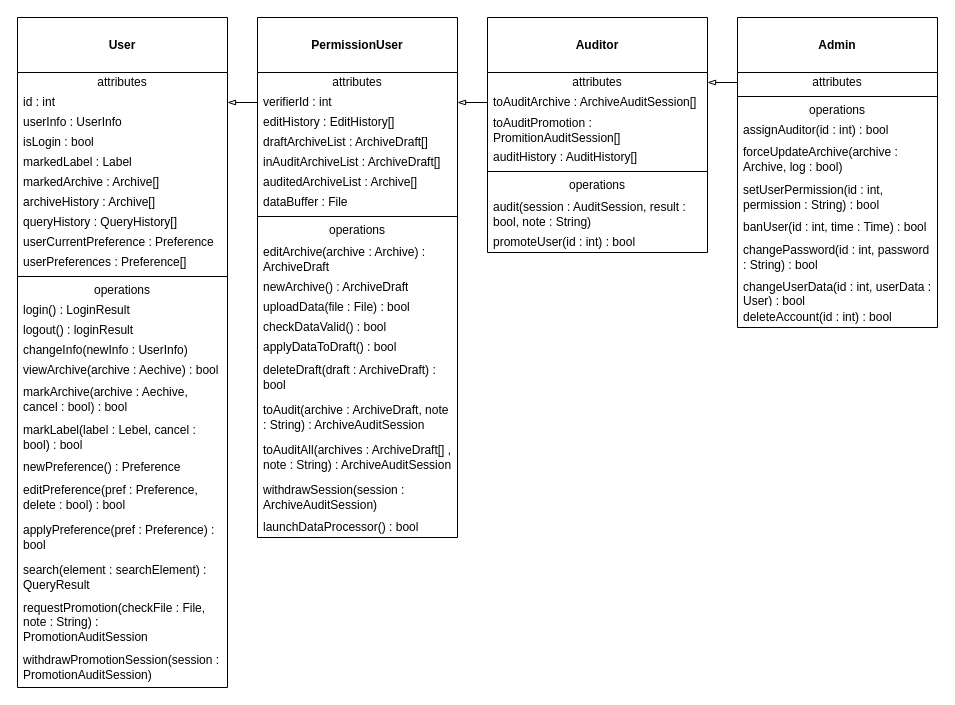
This is UML类图.drawio from icemeowzhi/uml, a draw.io file, before an edit. Source tidied: cells renumbered, new cells numbered last; positions are measured from the earlier drawing's top-left corner, leaving out a move shared by most shapes. Both pictures are drawn from the tidied source at 100%, with x=0, y=0 at pixel (17, 17).
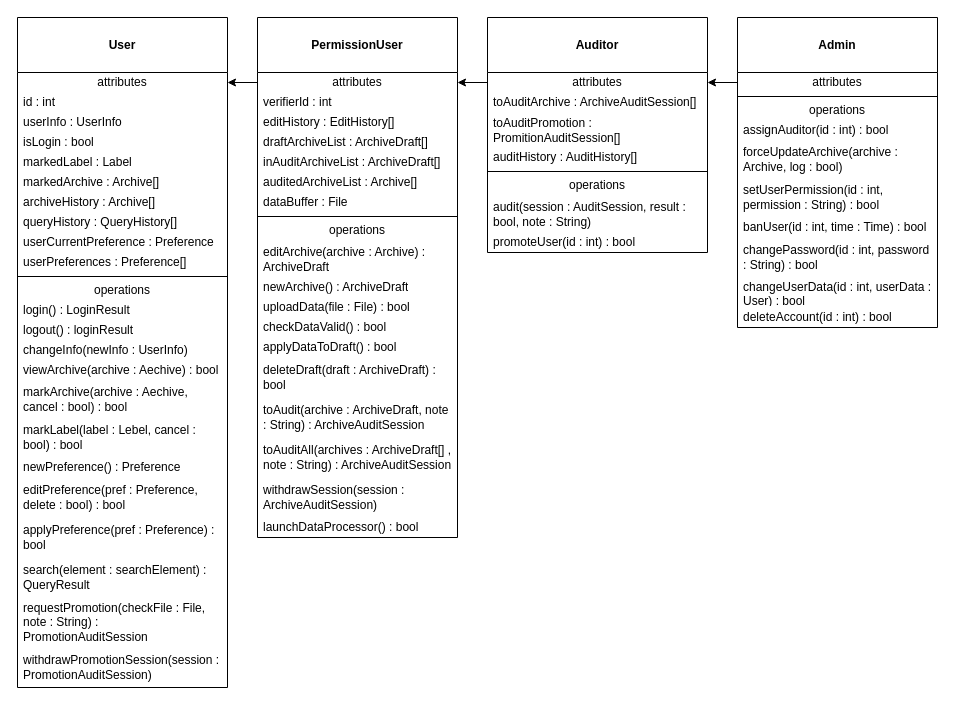
The same diagram, later.

Unchanged cells that the change refers to:
```xml
<mxCell id="3" value="attributes" style="text;html=1;strokeColor=none;fillColor=none;align=center;verticalAlign=middle;spacingLeft=4;spacingRight=4;overflow=hidden;points=[[0,0.5],[1,0.5]];portConstraint=eastwest;whiteSpace=wrap;" parent="2" vertex="1">
  <mxGeometry y="55" width="210" height="20" as="geometry" />
</mxCell>
<mxCell id="4" value="id : int" style="text;html=1;strokeColor=none;fillColor=none;align=left;verticalAlign=middle;spacingLeft=4;spacingRight=4;overflow=hidden;points=[[0,0.5],[1,0.5]];portConstraint=eastwest;whiteSpace=wrap;" parent="2" vertex="1">
  <mxGeometry y="75" width="210" height="20" as="geometry" />
</mxCell>
<mxCell id="28" value="attributes" style="text;html=1;strokeColor=none;fillColor=none;align=center;verticalAlign=middle;spacingLeft=4;spacingRight=4;overflow=hidden;points=[[0,0.5],[1,0.5]];portConstraint=eastwest;whiteSpace=wrap;" parent="27" vertex="1">
  <mxGeometry y="55" width="200" height="20" as="geometry" />
</mxCell>
<mxCell id="29" value="verifierId : int" style="text;html=1;strokeColor=none;fillColor=none;align=left;verticalAlign=middle;spacingLeft=4;spacingRight=4;overflow=hidden;points=[[0,0.5],[1,0.5]];portConstraint=eastwest;whiteSpace=wrap;" parent="27" vertex="1">
  <mxGeometry y="75" width="200" height="20" as="geometry" />
</mxCell>
<mxCell id="48" value="attributes" style="text;html=1;strokeColor=none;fillColor=none;align=center;verticalAlign=middle;spacingLeft=4;spacingRight=4;overflow=hidden;points=[[0,0.5],[1,0.5]];portConstraint=eastwest;whiteSpace=wrap;" parent="47" vertex="1">
  <mxGeometry y="55" width="200" height="20" as="geometry" />
</mxCell>
<mxCell id="61" value="attributes" style="text;html=1;strokeColor=none;fillColor=none;align=center;verticalAlign=middle;spacingLeft=4;spacingRight=4;overflow=hidden;points=[[0,0.5],[1,0.5]];portConstraint=eastwest;whiteSpace=wrap;" parent="60" vertex="1">
  <mxGeometry y="55" width="220" height="20" as="geometry" />
</mxCell>
<mxCell id="62" value="toAuditArchive : ArchiveAuditSession[]" style="text;html=1;strokeColor=none;fillColor=none;align=left;verticalAlign=middle;spacingLeft=4;spacingRight=4;overflow=hidden;points=[[0,0.5],[1,0.5]];portConstraint=eastwest;whiteSpace=wrap;" parent="60" vertex="1">
  <mxGeometry y="75" width="220" height="20" as="geometry" />
</mxCell>
```

The edit, as a diff of the source:
```diff
@@
-    <mxCell id="58" style="edgeStyle=orthogonalEdgeStyle;rounded=0;jettySize=auto;html=1;exitX=0;exitY=0.5;exitDx=0;exitDy=0;entryX=1;entryY=0.5;entryDx=0;entryDy=0;endArrow=blockThin;endFill=0;" parent="1" edge="1" source="29" target="4">
-      <mxGeometry relative="1" as="geometry" />
-    </mxCell>
-    <mxCell id="59" style="edgeStyle=orthogonalEdgeStyle;rounded=0;jettySize=auto;html=1;exitX=0;exitY=0.5;exitDx=0;exitDy=0;entryX=1;entryY=0.5;entryDx=0;entryDy=0;endArrow=blockThin;endFill=0;" parent="1" edge="1" source="62" target="29">
-      <mxGeometry relative="1" as="geometry" />
-    </mxCell>
@@
+    <mxCell id="70" style="edgeStyle=orthogonalEdgeStyle;rounded=0;jettySize=auto;html=1;exitX=0;exitY=0.5;exitDx=0;exitDy=0;entryX=1;entryY=0.5;entryDx=0;entryDy=0;" parent="1" edge="1" source="28" target="3">
+      <mxGeometry relative="1" as="geometry" />
+    </mxCell>
+    <mxCell id="71" style="edgeStyle=orthogonalEdgeStyle;rounded=0;jettySize=auto;html=1;exitX=0;exitY=0.5;exitDx=0;exitDy=0;entryX=1;entryY=0.5;entryDx=0;entryDy=0;" parent="1" edge="1" source="61" target="28">
+      <mxGeometry relative="1" as="geometry" />
+    </mxCell>
-    <mxCell id="69" style="edgeStyle=orthogonalEdgeStyle;rounded=0;jettySize=auto;html=1;exitX=0;exitY=0.5;exitDx=0;exitDy=0;entryX=1;entryY=0.5;entryDx=0;entryDy=0;endArrow=blockThin;endFill=0;" parent="1" edge="1" source="48" target="61">
+    <mxCell id="69" style="edgeStyle=orthogonalEdgeStyle;rounded=0;jettySize=auto;html=1;exitX=0;exitY=0.5;exitDx=0;exitDy=0;entryX=1;entryY=0.5;entryDx=0;entryDy=0;" parent="1" edge="1" source="48" target="61">
       <mxGeometry relative="1" as="geometry" />
     </mxCell>
```
